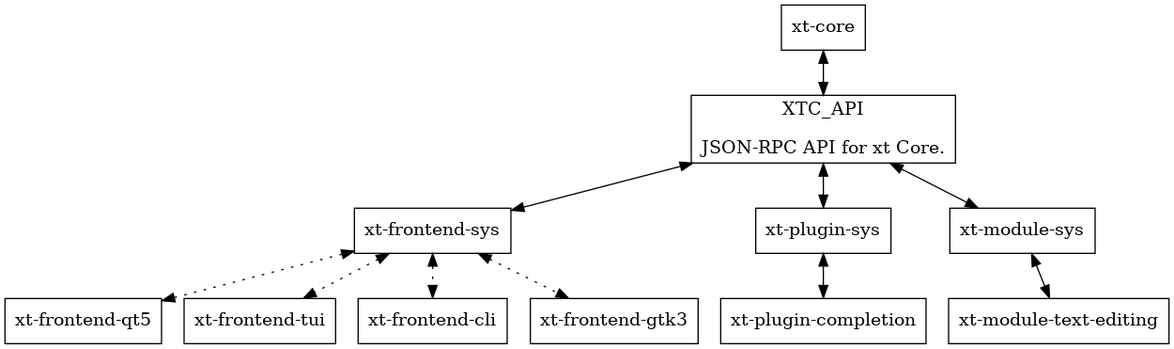
Earlier version of the Graphviz export doc/graphviz/core-subsystem.png (Xt-Editor/Xt-Editor-Xt-Core). Its source is kept beside it as doc/graphviz/core-subsystem.dot. Source of this version:
```dot
digraph coresubsys {
    node[shape=box, style=rounded];

    xtc [label="xt-core"];
    xtcapi [label="XTC_API\n\nJSON-RPC API for xt Core."]

    frontend [label="xt-frontend-sys"];
    qt_frontend [label="xt-frontend-qt5"];
    tui_frontend [label="xt-frontend-tui"];
    cli_frontend [label="xt-frontend-cli"]
    gtk_frontend [label="xt-frontend-gtk3"];

    plugins [label="xt-plugin-sys"];
    text_editing [label="xt-module-text-editing"];
    completion [label="xt-plugin-completion"];
    modules [label="xt-module-sys"]

    xtc->xtcapi [dir="both"];

    xtcapi->frontend [dir="both"];
    frontend->{qt_frontend, tui_frontend, gtk_frontend, cli_frontend} [dir="both", style=dotted];

    xtcapi->plugins [dir="both"];
    plugins->completion [dir="both"];

    xtcapi->modules [dir="both"];
    modules->text_editing [dir="both"];
}
```
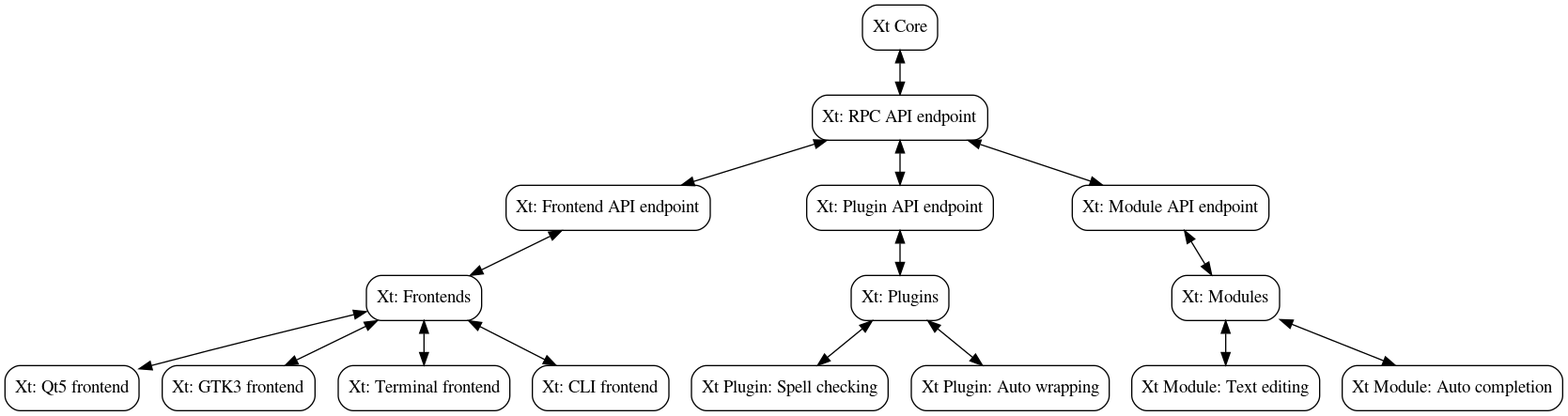
Above is the later version.

Commit message:
Update (WIP) Graphviz diagrams

Change to the diagram source:
```diff
@@ -1,28 +1,38 @@
 digraph coresubsys {
     node[shape=box, style=rounded];
 
-    xtc [label="xt-core"];
-    xtcapi [label="XTC_API\n\nJSON-RPC API for xt Core."]
+    core [label="Xt Core"];
 
-    frontend [label="xt-frontend-sys"];
-    qt_frontend [label="xt-frontend-qt5"];
-    tui_frontend [label="xt-frontend-tui"];
-    cli_frontend [label="xt-frontend-cli"]
-    gtk_frontend [label="xt-frontend-gtk3"];
+    apipoint [label="Xt: RPC API endpoint"];
 
-    plugins [label="xt-plugin-sys"];
-    text_editing [label="xt-module-text-editing"];
-    completion [label="xt-plugin-completion"];
-    modules [label="xt-module-sys"]
+    afrontends [label="Xt: Frontend API endpoint"];
+    frontends [label="Xt: Frontends"];
 
-    xtc->xtcapi [dir="both"];
+    qtf [label="Xt: Qt5 frontend"];
+    gtkf [label="Xt: GTK3 frontend"];
 
-    xtcapi->frontend [dir="both"];
-    frontend->{qt_frontend, tui_frontend, gtk_frontend, cli_frontend} [dir="both", style=dotted];
+    tuif [label="Xt: Terminal frontend"];
+    clif [label="Xt: CLI frontend"];
 
-    xtcapi->plugins [dir="both"];
-    plugins->completion [dir="both"];
+    aplugins [label="Xt: Plugin API endpoint"];
+    plugins [label="Xt: Plugins"];
+    spell_check [label="Xt Plugin: Spell checking"];
+    auto_wrap [label="Xt Plugin: Auto wrapping"];
 
-    xtcapi->modules [dir="both"];
-    modules->text_editing [dir="both"];
+    amodules [label="Xt: Module API endpoint"];
+    modules [label="Xt: Modules"]
+    text_edit [label="Xt Module: Text editing"];
+    completion [label="Xt Module: Auto completion"];
+
+    core -> apipoint [dir="both"];
+    apipoint -> {afrontends,aplugins,amodules} [dir="both"];
+
+    afrontends -> frontends [dir="both"];
+    frontends -> {qtf,gtkf,tuif,clif} [dir="both"];
+
+    aplugins -> plugins [dir="both"];
+    plugins->{spell_check,auto_wrap} [dir="both"];
+
+    amodules -> modules [dir="both"];
+    modules->{text_edit,completion} [dir="both"];
 }
```
